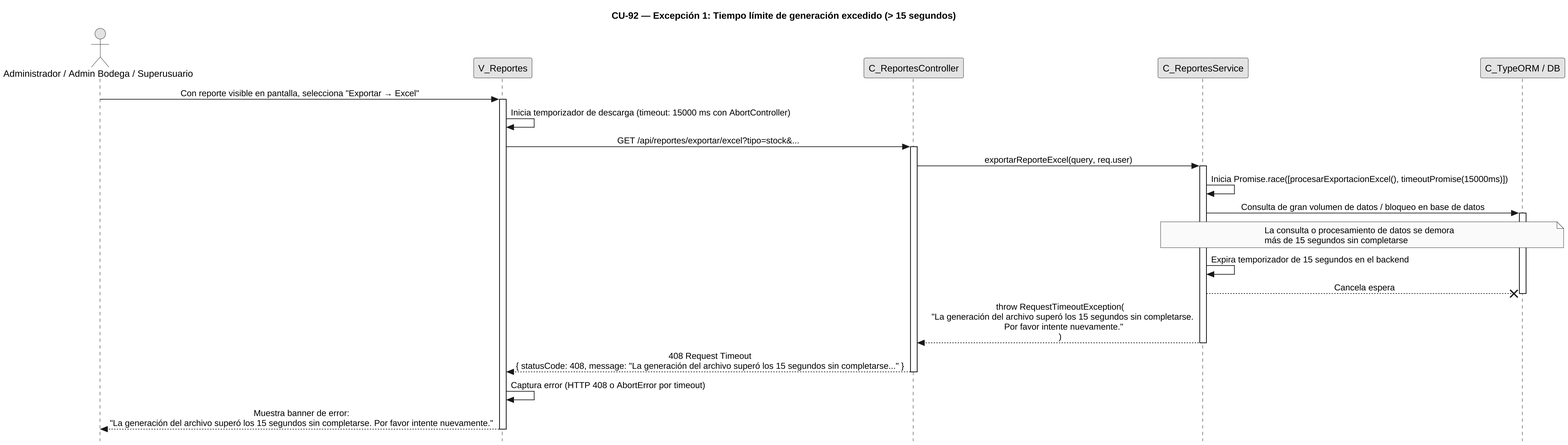
Earlier version of the PlantUML export diagramas/diagramas-secuencia/CU92/CU92-exc-timeout.png (FSM-Finet-y-Cable-Magico/Team_1-Inventario-y-Bodega). The source it was exported from:
```plantuml
@startuml CU92-exc-timeout
skinparamlocked dpi 240
skinparamlocked defaultFontName Liberation Sans
skinparam sequenceDividerBorderThickness 0.6
skinparam sequenceDividerBorderColor 888888
skinparam sequenceDividerBackgroundColor white
skinparam sequenceDividerFontStyle italic
skinparam sequenceDividerFontColor 444444
skinparam sequenceDividerShadowing false
title CU-92 — Excepción 1: Tiempo límite de generación excedido (> 15 segundos)

skinparam style strictuml
skinparam monochrome true
skinparam shadowing false
<style>
sequenceDiagram {
  participant { Margin 25 }
  actor { Margin 20 }
}
</style>
skinparam sequence {
  MessageAlign center
  LifeLineBorderColor black
}
hide footbox

actor "Administrador / Admin Bodega / Superusuario" as user
participant "V_Reportes" as view
participant "C_ReportesController" as ctrl
participant "C_ReportesService" as svc
participant "C_TypeORM / DB" as db

user -> view : Con reporte visible en pantalla, selecciona "Exportar → Excel"
activate view

view -> view : Inicia temporizador de descarga (timeout: 15000 ms con AbortController)
view -> ctrl : GET /api/reportes/exportar/excel?tipo=stock&...
activate ctrl

ctrl -> svc : exportarReporteExcel(query, req.user)
activate svc

svc -> svc : Inicia Promise.race([procesarExportacionExcel(), timeoutPromise(15000ms)])

svc -> db : Consulta de gran volumen de datos / bloqueo en base de datos
activate db
note over svc, db
  La consulta o procesamiento de datos se demora
  más de 15 segundos sin completarse
end note

svc -> svc : Expira temporizador de 15 segundos en el backend
svc --x db : Cancela espera
deactivate db

svc --> ctrl : throw RequestTimeoutException(\n  "La generación del archivo superó los 15 segundos sin completarse.\n   Por favor intente nuevamente."\n)
deactivate svc

ctrl --> view : 408 Request Timeout\n{ statusCode: 408, message: "La generación del archivo superó los 15 segundos sin completarse..." }
deactivate ctrl

view -> view : Captura error (HTTP 408 o AbortError por timeout)
view --> user : Muestra banner de error:\n"La generación del archivo superó los 15 segundos sin completarse. Por favor intente nuevamente."
deactivate view

@enduml
```
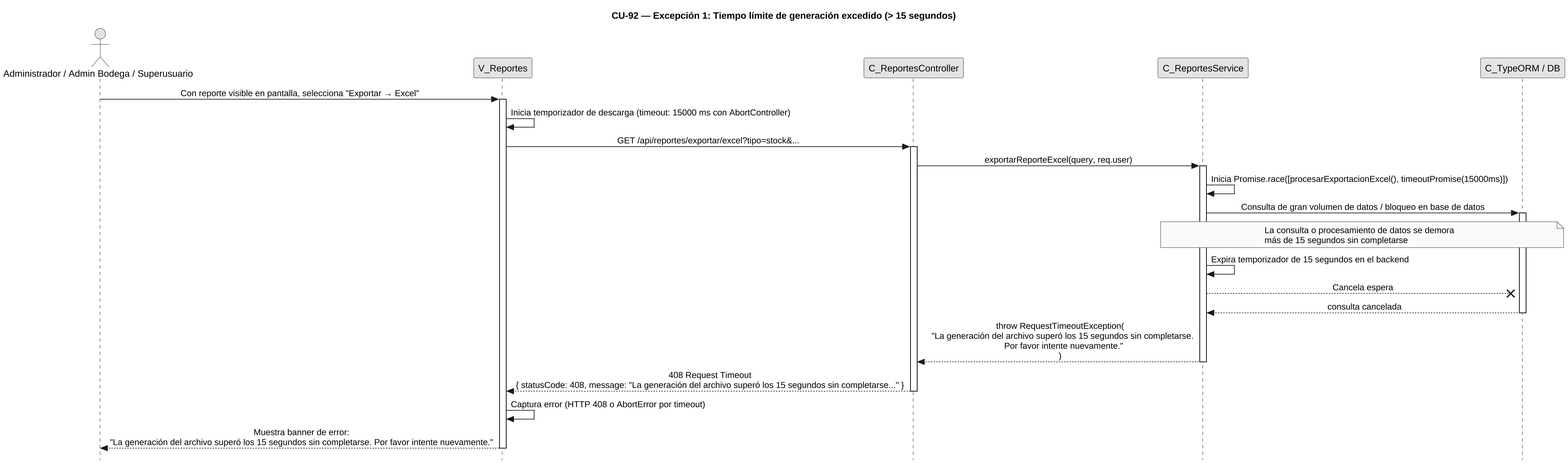
The same file after the commit.

The edit, as a diff of the source:
```diff
@@ -51,6 +51,7 @@
 
 svc -> svc : Expira temporizador de 15 segundos en el backend
 svc --x db : Cancela espera
+db --> svc : consulta cancelada
 deactivate db
 
 svc --> ctrl : throw RequestTimeoutException(\n  "La generación del archivo superó los 15 segundos sin completarse.\n   Por favor intente nuevamente."\n)
```
